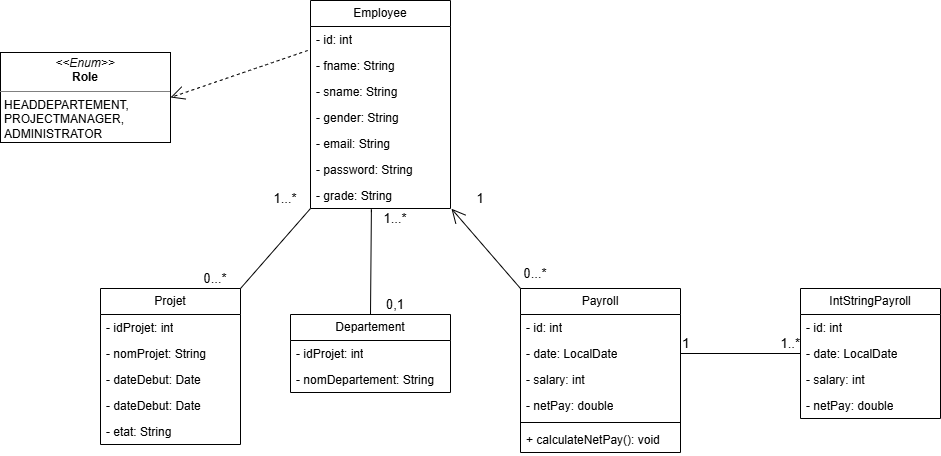
Before: Ressources utiles/Projet_JEE.drawio.png, a diagram exported from draw.io (XelaxNaDe/Projet_ING2_JEE_Classique). Source tidied: cells renumbered, new cells last; positions are measured from the earlier drawing's top-left corner, leaving out a move shared by most shapes.
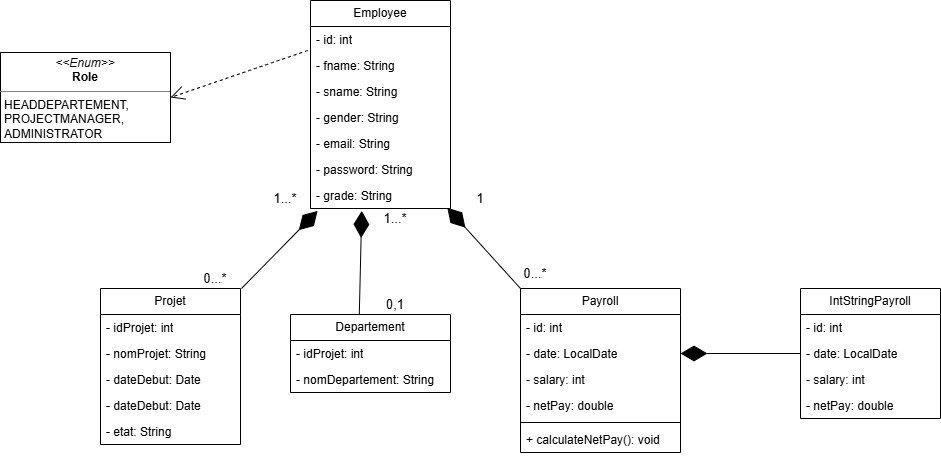
The same file after the commit.

Change to the diagram source:
```diff
@@ -68,9 +68,6 @@
     <mxCell id="23" value="&lt;p style=&quot;margin:0px;margin-top:4px;text-align:center;&quot;&gt;&lt;i&gt;&amp;lt;&amp;lt;Enum&amp;gt;&amp;gt;&lt;/i&gt;&lt;br&gt;&lt;b&gt;Role&lt;/b&gt;&lt;/p&gt;&lt;hr size=&quot;1&quot; style=&quot;border-style:solid;&quot;&gt;&lt;p style=&quot;margin:0px;margin-left:4px;&quot;&gt;HEADDEPARTEMENT,&lt;/p&gt;&lt;p style=&quot;margin:0px;margin-left:4px;&quot;&gt;PROJECTMANAGER,&lt;/p&gt;&lt;p style=&quot;margin:0px;margin-left:4px;&quot;&gt;ADMINISTRATOR&lt;/p&gt;" style="verticalAlign=top;align=left;overflow=fill;html=1;whiteSpace=wrap;" parent="1" vertex="1">
       <mxGeometry y="52" width="170" height="90" as="geometry" />
     </mxCell>
-    <mxCell id="24" style="endArrow=open;endFill=1;endSize=12;html=1;rounded=0;fontSize=12;curved=1;exitX=0;exitY=0;exitDx=0;exitDy=0;entryX=1.007;entryY=1.008;entryDx=0;entryDy=0;entryPerimeter=0;" parent="1" edge="1" source="8" target="22">
-      <mxGeometry relative="1" as="geometry" />
-    </mxCell>
     <mxCell id="25" value="0...*" style="text;html=1;whiteSpace=wrap;strokeColor=none;fillColor=none;align=center;verticalAlign=middle;rounded=0;fontSize=13;" parent="1" vertex="1">
       <mxGeometry x="505" y="258" width="60" height="30" as="geometry" />
     </mxCell>
@@ -92,15 +89,6 @@
     <mxCell id="31" value="- netPay: double" style="text;strokeColor=none;fillColor=none;align=left;verticalAlign=top;spacingLeft=4;spacingRight=4;overflow=hidden;whiteSpace=wrap;html=1;" parent="27" vertex="1">
       <mxGeometry y="104" width="140" height="26" as="geometry" />
     </mxCell>
-    <mxCell id="32" style="endArrow=none;html=1;edgeStyle=orthogonalEdgeStyle;rounded=0;fontSize=12;startSize=8;endSize=8;curved=1;exitX=1;exitY=0.5;exitDx=0;exitDy=0;entryX=0;entryY=0.5;entryDx=0;entryDy=0;" parent="1" edge="1" source="10" target="29">
-      <mxGeometry relative="1" as="geometry" />
-    </mxCell>
-    <mxCell id="33" value="1" style="edgeLabel;html=1;align=left;verticalAlign=bottom;fontSize=14;" parent="32" vertex="1">
-      <mxGeometry x="-1" relative="1" as="geometry" />
-    </mxCell>
-    <mxCell id="34" value="1..*" style="edgeLabel;html=1;align=right;verticalAlign=bottom;fontSize=13;" parent="32" vertex="1">
-      <mxGeometry x="1" relative="1" as="geometry" />
-    </mxCell>
     <mxCell id="35" style="endArrow=open;endSize=12;dashed=1;html=1;rounded=0;fontSize=12;curved=1;entryX=1;entryY=0.5;entryDx=0;entryDy=0;exitX=-0.02;exitY=-0.077;exitDx=0;exitDy=0;exitPerimeter=0;" parent="1" edge="1" source="17" target="23">
       <mxGeometry relative="1" as="geometry" />
     </mxCell>
@@ -113,13 +101,6 @@
     <mxCell id="38" value="- nomDepartement: String" style="text;strokeColor=none;fillColor=none;align=left;verticalAlign=top;spacingLeft=4;spacingRight=4;overflow=hidden;whiteSpace=wrap;html=1;" parent="36" vertex="1">
       <mxGeometry y="52" width="160" height="26" as="geometry" />
     </mxCell>
-    <mxCell id="39" style="endArrow=none;html=1;edgeStyle=orthogonalEdgeStyle;rounded=0;fontSize=12;startSize=8;endSize=8;curved=0;entryX=0.5;entryY=0;entryDx=0;entryDy=0;exitX=0.435;exitY=1.136;exitDx=0;exitDy=0;exitPerimeter=0;" parent="1" edge="1" source="22" target="36">
-      <mxGeometry relative="1" as="geometry">
-        <Array as="points">
-          <mxPoint x="370" y="209" />
-        </Array>
-      </mxGeometry>
-    </mxCell>
     <mxCell id="40" value="0,1" style="text;html=1;whiteSpace=wrap;strokeColor=none;fillColor=none;align=center;verticalAlign=middle;rounded=0;fontSize=13;" parent="1" vertex="1">
       <mxGeometry x="370" y="294" width="50" height="20" as="geometry" />
     </mxCell>
@@ -132,8 +113,19 @@
     <mxCell id="43" value="1...*" style="text;html=1;whiteSpace=wrap;strokeColor=none;fillColor=none;align=center;verticalAlign=middle;rounded=0;fontSize=13;" parent="1" vertex="1">
       <mxGeometry x="260" y="188" width="50" height="20" as="geometry" />
     </mxCell>
-    <mxCell id="44" style="endArrow=none;html=1;rounded=0;fontSize=12;startSize=8;endSize=8;entryX=1;entryY=1;entryDx=0;entryDy=0;exitX=1;exitY=1;exitDx=0;exitDy=0;" parent="1" edge="1" source="43" target="42">
-      <mxGeometry relative="1" as="geometry" />
-    </mxCell>
+    <mxCell id="45" style="endArrow=diamondThin;endFill=1;endSize=24;html=1;rounded=0;exitX=0;exitY=0.5;exitDx=0;exitDy=0;entryX=1;entryY=0.5;entryDx=0;entryDy=0;" parent="1" edge="1" source="29" target="10">
+      <mxGeometry relative="1" as="geometry" />
+    </mxCell>
+    <mxCell id="46" style="endArrow=diamondThin;endFill=1;endSize=24;html=1;rounded=0;exitX=0.25;exitY=1;exitDx=0;exitDy=0;entryX=0.977;entryY=0.969;entryDx=0;entryDy=0;entryPerimeter=0;" parent="1" edge="1" source="25" target="22">
+      <mxGeometry relative="1" as="geometry" />
+    </mxCell>
+    <mxCell id="47" style="endArrow=diamondThin;endFill=1;endSize=24;html=1;rounded=0;exitX=0.43;exitY=-0.005;exitDx=0;exitDy=0;entryX=0.366;entryY=1.092;entryDx=0;entryDy=0;entryPerimeter=0;exitPerimeter=0;" parent="1" edge="1" source="36" target="22">
+      <mxGeometry relative="1" as="geometry" />
+    </mxCell>
+    <mxCell id="48" style="endArrow=diamondThin;endFill=1;endSize=24;html=1;rounded=0;entryX=0.051;entryY=1.092;entryDx=0;entryDy=0;entryPerimeter=0;" parent="1" edge="1" target="22">
+      <mxGeometry relative="1" as="geometry">
+        <mxPoint x="241" y="288" as="sourcePoint" />
+      </mxGeometry>
+    </mxCell>
   </root>
 </mxGraphModel>
```
